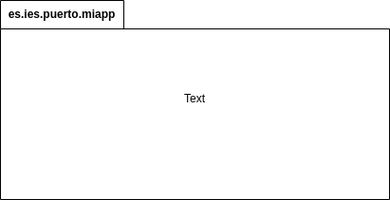
Before: ExamenDiagramapaquetes_PedroMartinEscuela.png, a diagram exported from draw.io (PeterMartEsc/ETS). Source tidied: cells renumbered, new cells last; positions are measured from the earlier drawing's top-left corner, leaving out a move shared by most shapes.
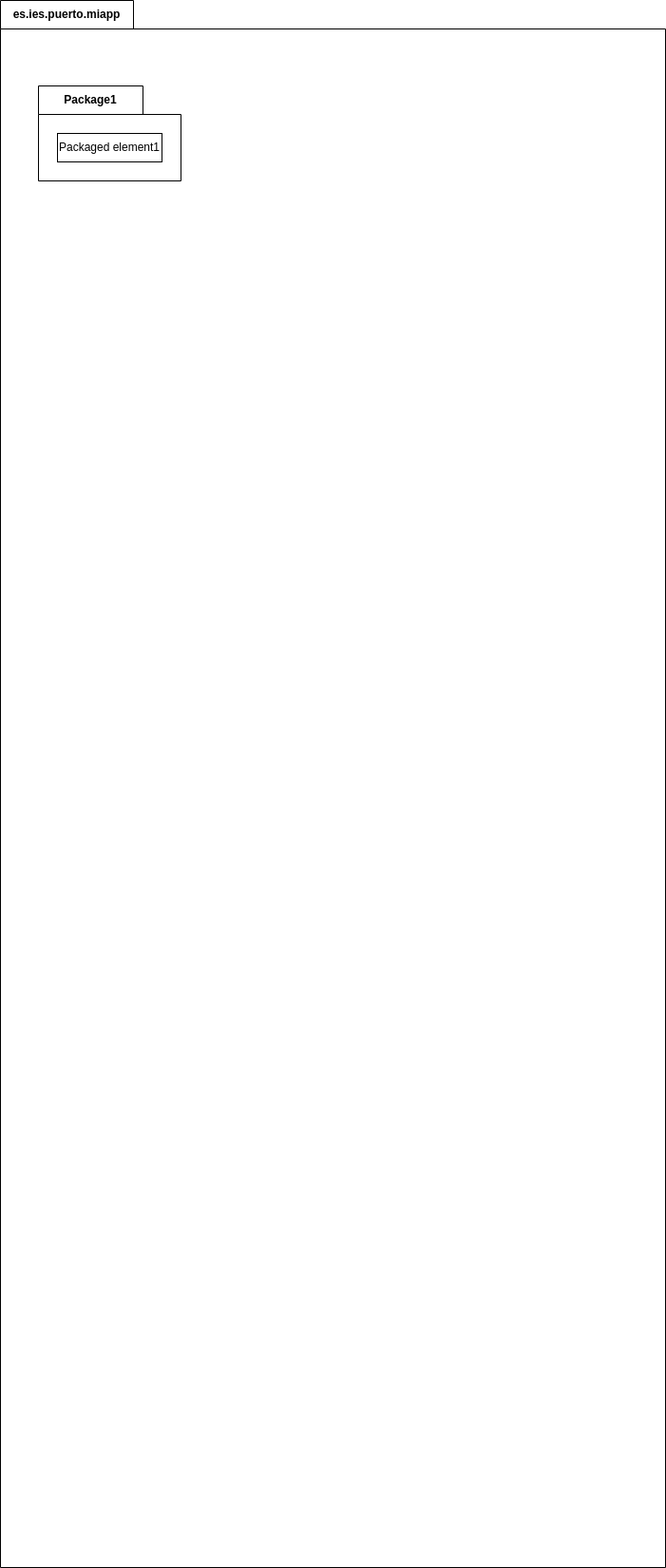
Later version of the same file.

What changed in the source:
```diff
@@ -2,13 +2,16 @@
   <root>
     <mxCell id="0" />
     <mxCell id="1" parent="0" />
-    <mxCell id="2" value="es.ies.puerto.miapp" style="shape=folder;fontStyle=1;tabWidth=130;tabHeight=30;tabPosition=left;html=1;boundedLbl=1;labelInHeader=1;whiteSpace=wrap;fillColor=none;" parent="1" vertex="1">
-      <mxGeometry width="410" height="210" as="geometry" />
+    <mxCell id="2" value="es.ies.puerto.miapp" style="shape=folder;fontStyle=1;tabWidth=140;tabHeight=30;tabPosition=left;html=1;boundedLbl=1;labelInHeader=1;whiteSpace=wrap;fillColor=none;" parent="1" vertex="1">
+      <mxGeometry width="700" height="1650" as="geometry" />
     </mxCell>
-    <mxCell id="3" value="Text" style="html=1;strokeColor=none;fillColor=none;whiteSpace=wrap;" parent="2" vertex="1">
-      <mxGeometry width="410" height="147" relative="1" as="geometry">
-        <mxPoint y="30" as="offset" />
-      </mxGeometry>
-    </mxCell>
+    <mxCell id="4" value="Package1" style="shape=folder;fontStyle=1;tabWidth=110;tabHeight=30;tabPosition=left;html=1;boundedLbl=1;labelInHeader=1;whiteSpace=wrap;" parent="2" vertex="1">
+      <mxGeometry x="40" y="90" width="150" height="100" as="geometry" />
+    </mxCell>
+    <mxCell id="5" value="Packaged element1" style="html=1;whiteSpace=wrap;" parent="4" vertex="1">
+      <mxGeometry width="110" height="30" relative="1" as="geometry">
+        <mxPoint x="20" y="50" as="offset" />
+      </mxGeometry>
+    </mxCell>
   </root>
 </mxGraphModel>
```
